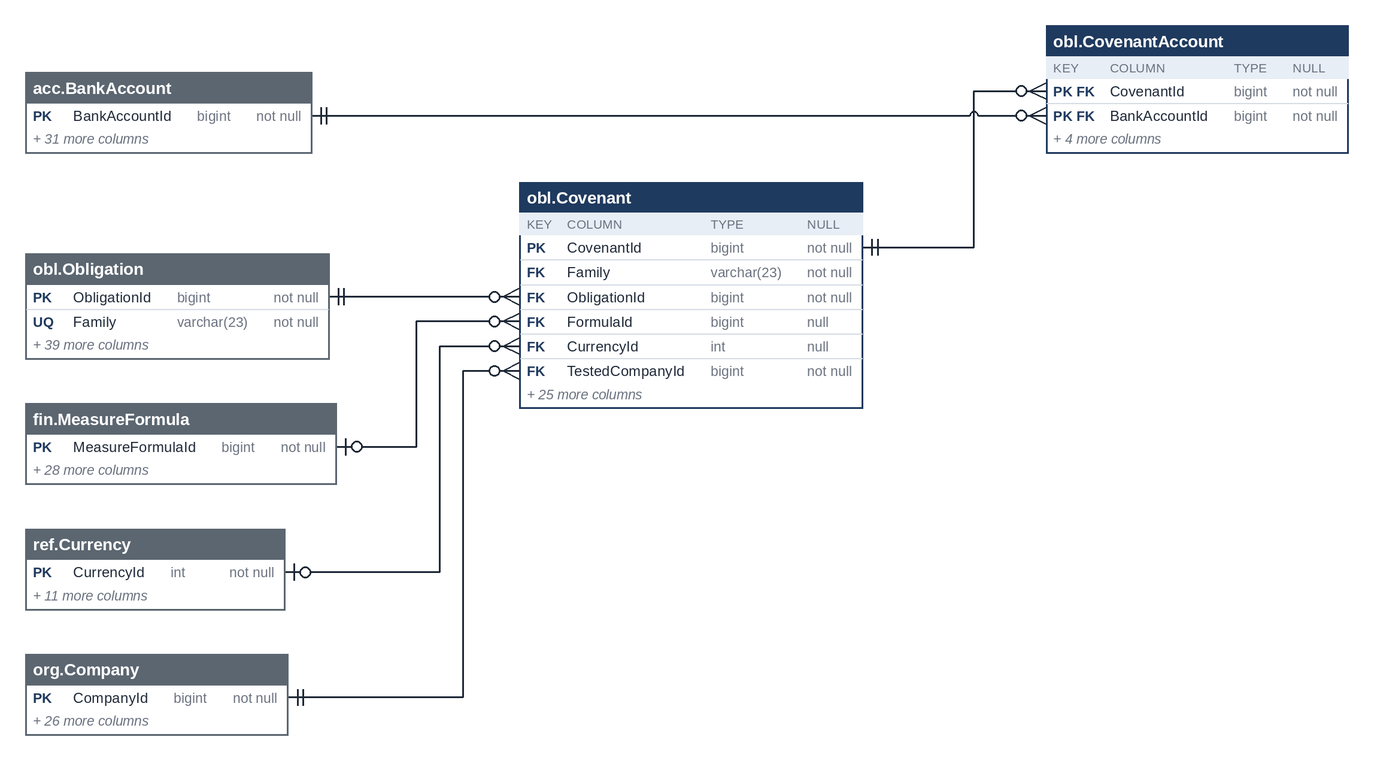
The Mermaid diagram treasury-platform/docs/diagrams/erd-en/m5_obligations_1.png in thawrasy/smartlines, before a commit. Its source is kept beside it as treasury-platform/docs/diagrams/erd/m5_obligations_1.mmd.
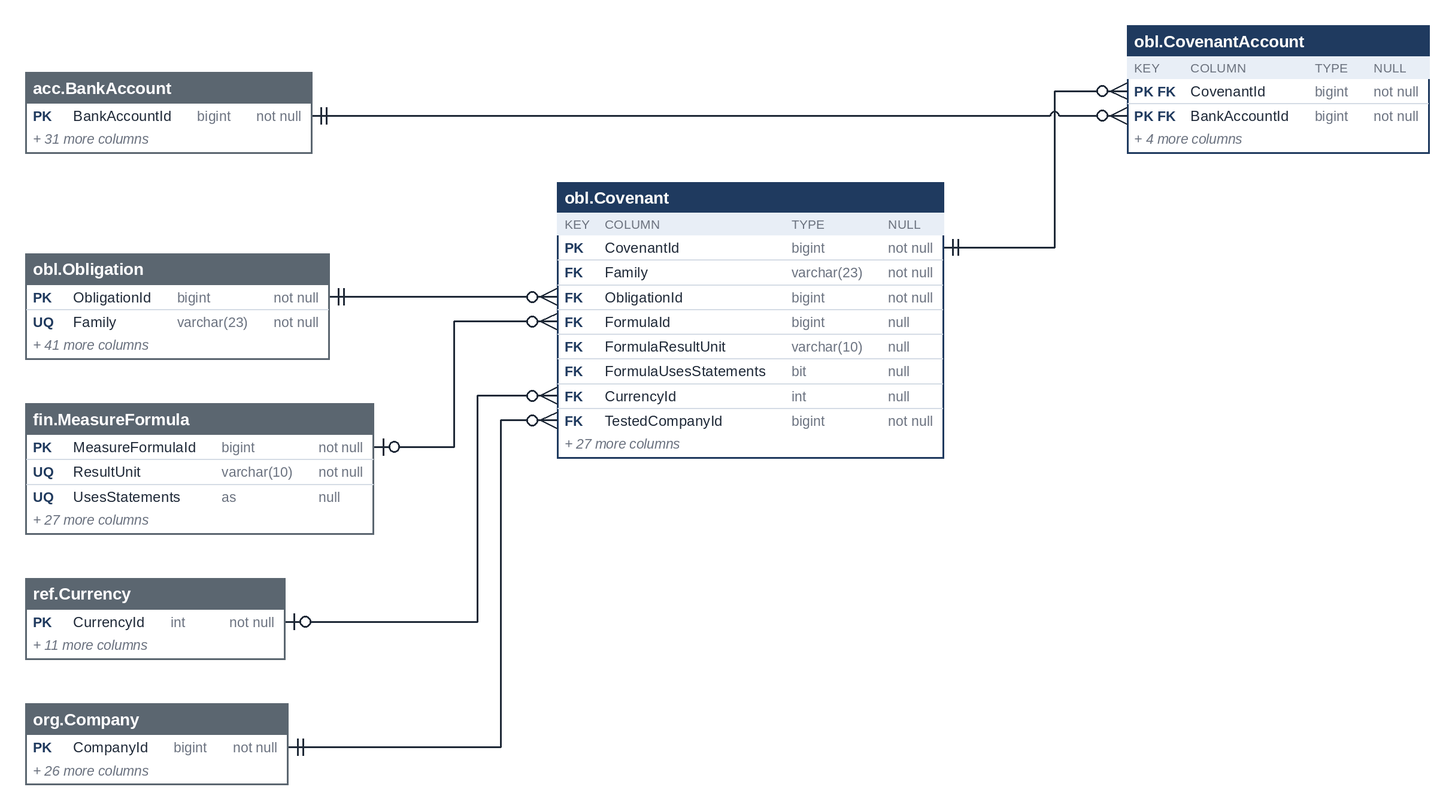
Later version of the same file.

Change to the diagram source:
```diff
@@ -14,6 +14,7 @@
   obl_CovenantTest["obl.CovenantTest"] {
     bigint CovenantTestId PK
     bigint CovenantId FK
+    bigint FormulaId FK
     bigint EvaluatedBy FK
     bigint EvidenceDocumentId FK
     bigint ReviewedBy FK
```
